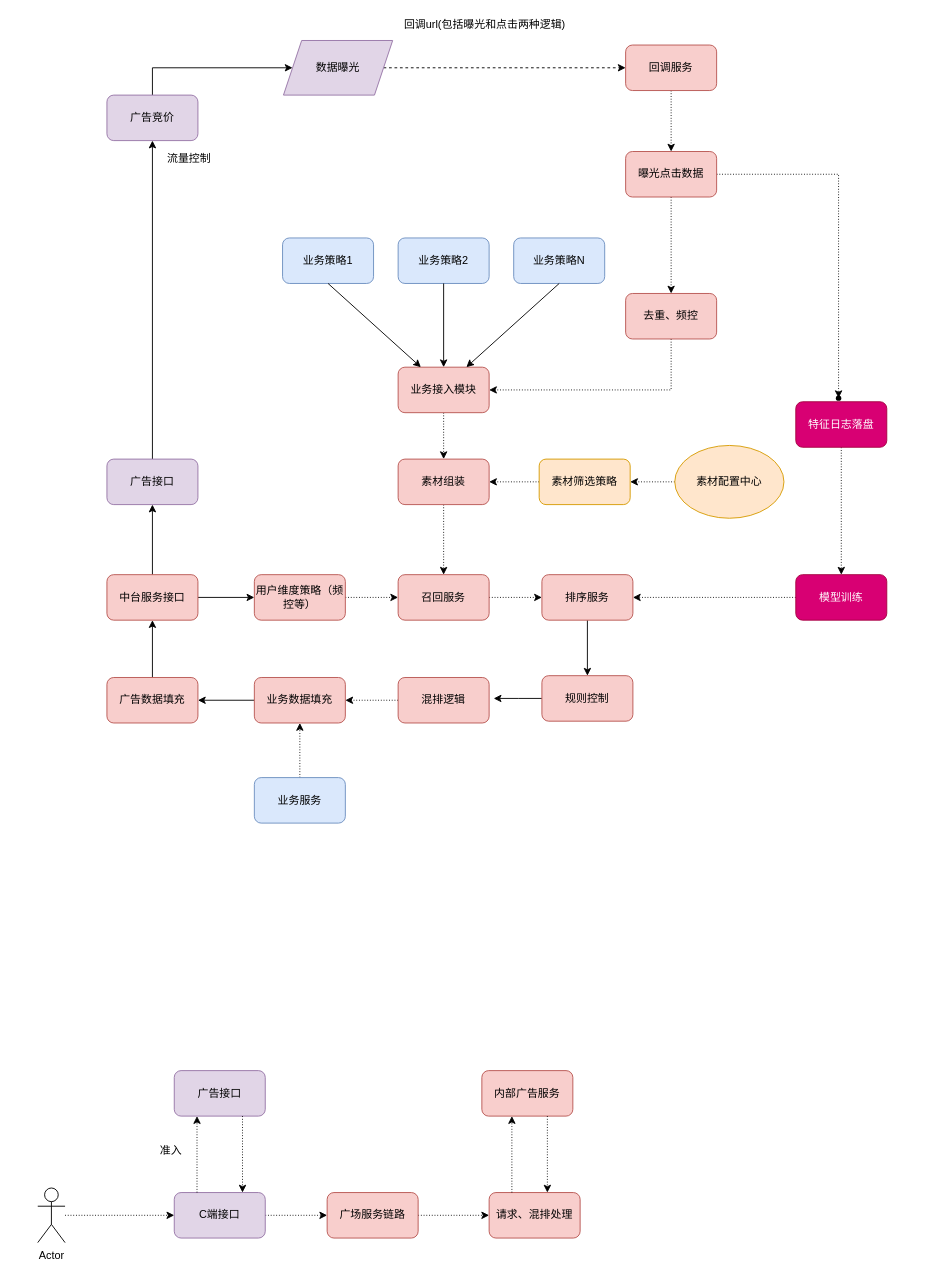
This is 推荐接广告.drawio from pjhope/dml, a draw.io file, before an edit. Source tidied: cells renumbered, new cells numbered last; positions are measured from the earlier drawing's top-left corner, leaving out a move shared by most shapes. Both pictures are drawn from the tidied source at 91%, with x=0, y=0 at pixel (37, 15).
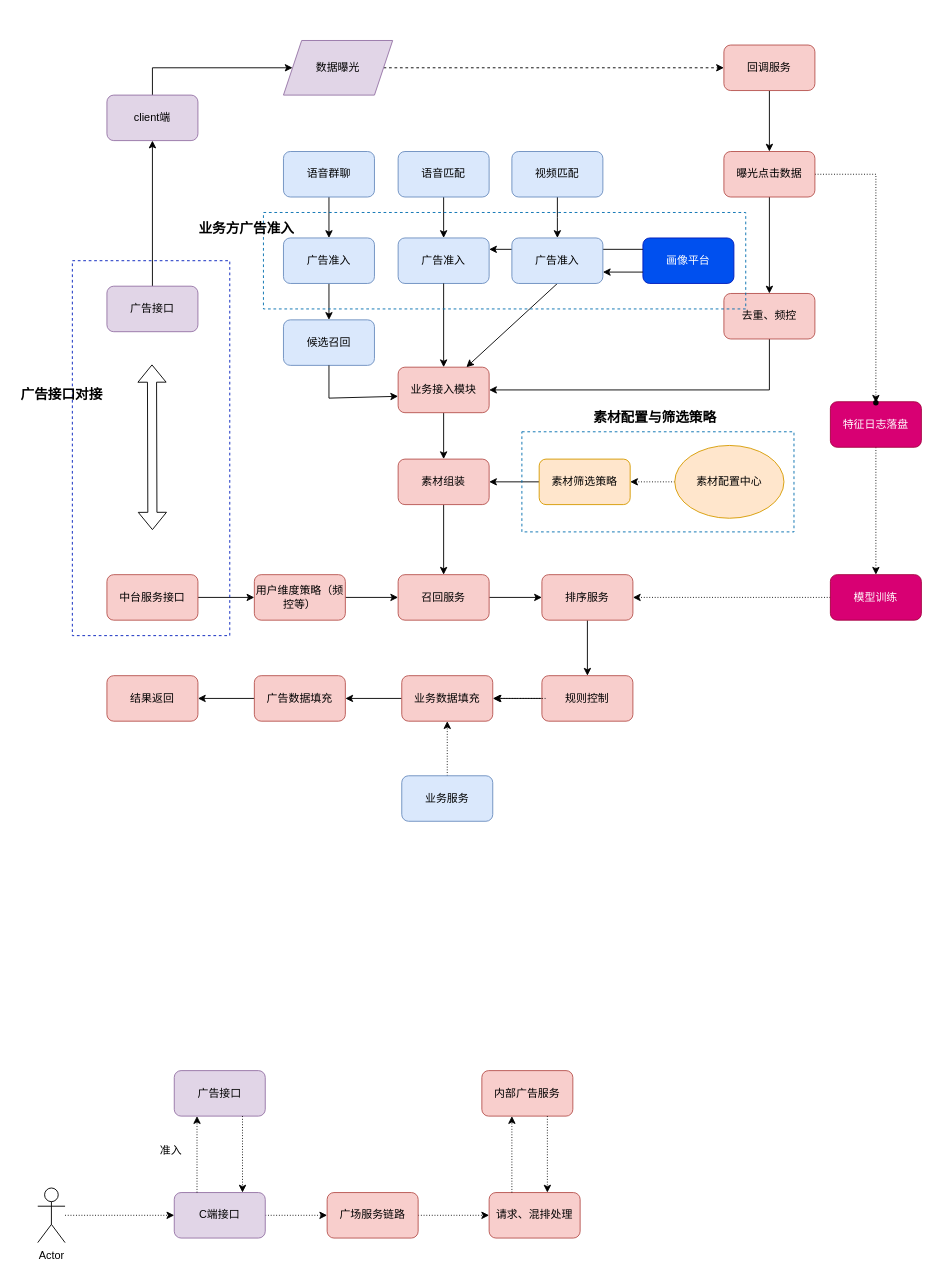
After the change.

Commit message:
Update 推荐接广告.drawio

The change refers to these unchanged cells:
```xml
<mxCell id="16" value="中台服务接口" style="rounded=1;whiteSpace=wrap;html=1;fillColor=#f8cecc;strokeColor=#b85450;" parent="1" vertex="1">
  <mxGeometry x="76" y="614" width="100" height="50" as="geometry" />
</mxCell>
<mxCell id="18" value="用户维度策略（频控等）" style="rounded=1;whiteSpace=wrap;html=1;fillColor=#f8cecc;strokeColor=#b85450;" parent="1" vertex="1">
  <mxGeometry x="238" y="614" width="100" height="50" as="geometry" />
</mxCell>
<mxCell id="20" value="业务接入模块" style="rounded=1;whiteSpace=wrap;html=1;fillColor=#f8cecc;strokeColor=#b85450;" parent="1" vertex="1">
  <mxGeometry x="396" y="386" width="100" height="50" as="geometry" />
</mxCell>
<mxCell id="22" value="排序服务" style="rounded=1;whiteSpace=wrap;html=1;fillColor=#f8cecc;strokeColor=#b85450;" parent="1" vertex="1">
  <mxGeometry x="554" y="614" width="100" height="50" as="geometry" />
</mxCell>
<mxCell id="39" value="素材筛选策略" style="rounded=1;whiteSpace=wrap;html=1;fillColor=#ffe6cc;strokeColor=#d79b00;" parent="1" vertex="1">
  <mxGeometry x="551" y="487" width="100" height="50" as="geometry" />
</mxCell>
<mxCell id="48" value="召回服务" style="rounded=1;whiteSpace=wrap;html=1;fillColor=#f8cecc;strokeColor=#b85450;" parent="1" vertex="1">
  <mxGeometry x="396" y="614" width="100" height="50" as="geometry" />
</mxCell>
<mxCell id="50" value="素材组装" style="rounded=1;whiteSpace=wrap;html=1;fillColor=#f8cecc;strokeColor=#b85450;" parent="1" vertex="1">
  <mxGeometry x="396" y="487" width="100" height="50" as="geometry" />
</mxCell>
```

Change to the diagram source:
```diff
@@
-    <mxCell id="3" value="广告竞价" style="rounded=1;whiteSpace=wrap;html=1;fillColor=#e1d5e7;strokeColor=#9673a6;" parent="1" vertex="1">
+    <mxCell id="3" value="client端" style="rounded=1;whiteSpace=wrap;html=1;fillColor=#e1d5e7;strokeColor=#9673a6;" parent="1" vertex="1">
       <mxGeometry x="76" y="87" width="100" height="50" as="geometry" />
     </mxCell>
@@
     <mxCell id="5" value="广告接口" style="rounded=1;whiteSpace=wrap;html=1;fillColor=#e1d5e7;strokeColor=#9673a6;" parent="1" vertex="1">
-      <mxGeometry x="76" y="487" width="100" height="50" as="geometry" />
+      <mxGeometry x="76" y="297" width="100" height="50" as="geometry" />
     </mxCell>
@@
-    <mxCell id="8" style="edgeStyle=orthogonalEdgeStyle;rounded=0;jettySize=auto;html=1;dashed=1;dashPattern=1 2;" parent="1" edge="1" source="9" target="37">
+    <mxCell id="8" style="edgeStyle=orthogonalEdgeStyle;rounded=0;jettySize=auto;html=1;" parent="1" edge="1" source="9" target="37">
       <mxGeometry relative="1" as="geometry" />
     </mxCell>
     <mxCell id="9" value="回调服务" style="rounded=1;whiteSpace=wrap;html=1;fillColor=#f8cecc;strokeColor=#b85450;" parent="1" vertex="1">
-      <mxGeometry x="646" y="32" width="100" height="50" as="geometry" />
+      <mxGeometry x="754" y="32" width="100" height="50" as="geometry" />
     </mxCell>
-    <mxCell id="10" style="edgeStyle=none;rounded=0;jettySize=auto;html=1;dashed=1;dashPattern=1 2;entryX=1;entryY=0.5;entryDx=0;entryDy=0;exitX=0.5;exitY=1;exitDx=0;exitDy=0;" parent="1" edge="1" source="11" target="20">
+    <mxCell id="10" style="edgeStyle=none;rounded=0;jettySize=auto;html=1;entryX=1;entryY=0.5;entryDx=0;entryDy=0;exitX=0.5;exitY=1;exitDx=0;exitDy=0;" parent="1" edge="1" source="11" target="20">
       <mxGeometry relative="1" as="geometry">
         <Array as="points">
-          <mxPoint x="696" y="411" />
+          <mxPoint x="804" y="411" />
         </Array>
       </mxGeometry>
     </mxCell>
     <mxCell id="11" value="去重、频控" style="rounded=1;whiteSpace=wrap;html=1;fillColor=#f8cecc;strokeColor=#b85450;" parent="1" vertex="1">
-      <mxGeometry x="646" y="305" width="100" height="50" as="geometry" />
+      <mxGeometry x="754" y="305" width="100" height="50" as="geometry" />
     </mxCell>
-    <mxCell id="12" value="回调url(包括曝光和点击两种逻辑)" style="text;html=1;align=center;verticalAlign=middle;fillColor=none;strokeColor=none;rounded=0;" parent="1" vertex="1">
-      <mxGeometry x="396" width="190" height="20" as="geometry" />
-    </mxCell>
-    <mxCell id="13" value="流量控制" style="text;html=1;align=center;verticalAlign=middle;fillColor=none;strokeColor=none;rounded=0;" parent="1" vertex="1">
-      <mxGeometry x="136" y="147" width="60" height="20" as="geometry" />
-    </mxCell>
@@
-    <mxCell id="15" style="edgeStyle=orthogonalEdgeStyle;rounded=0;jettySize=auto;html=1;" parent="1" edge="1" source="16" target="5">
-      <mxGeometry relative="1" as="geometry" />
-    </mxCell>
@@
-    <mxCell id="17" style="edgeStyle=none;rounded=0;jettySize=auto;html=1;dashed=1;dashPattern=1 2;" parent="1" edge="1" source="18" target="48">
+    <mxCell id="17" style="edgeStyle=none;rounded=0;jettySize=auto;html=1;" parent="1" edge="1" source="18" target="48">
       <mxGeometry relative="1" as="geometry" />
     </mxCell>
@@
-    <mxCell id="19" style="edgeStyle=none;rounded=0;jettySize=auto;html=1;dashed=1;dashPattern=1 2;" parent="1" edge="1" source="20" target="50">
+    <mxCell id="19" style="edgeStyle=none;rounded=0;jettySize=auto;html=1;" parent="1" edge="1" source="20" target="50">
       <mxGeometry relative="1" as="geometry" />
     </mxCell>
@@
+    <mxCell id="69" style="edgeStyle=orthogonalEdgeStyle;rounded=0;jettySize=auto;html=1;" parent="1" edge="1" source="23" target="83">
+      <mxGeometry relative="1" as="geometry" />
+    </mxCell>
-    <mxCell id="23" value="业务策略1" style="rounded=1;whiteSpace=wrap;html=1;fillColor=#dae8fc;strokeColor=#6c8ebf;" parent="1" vertex="1">
-      <mxGeometry x="269" y="244" width="100" height="50" as="geometry" />
+    <mxCell id="23" value="广告准入" style="rounded=1;whiteSpace=wrap;html=1;fillColor=#dae8fc;strokeColor=#6c8ebf;" parent="1" vertex="1">
+      <mxGeometry x="270" y="244" width="100" height="50" as="geometry" />
     </mxCell>
-    <mxCell id="24" value="业务策略2" style="rounded=1;whiteSpace=wrap;html=1;fillColor=#dae8fc;strokeColor=#6c8ebf;" parent="1" vertex="1">
+    <mxCell id="24" value="广告准入" style="rounded=1;whiteSpace=wrap;html=1;fillColor=#dae8fc;strokeColor=#6c8ebf;" parent="1" vertex="1">
       <mxGeometry x="396" y="244" width="100" height="50" as="geometry" />
     </mxCell>
-    <mxCell id="25" value="业务策略N" style="rounded=1;whiteSpace=wrap;html=1;fillColor=#dae8fc;strokeColor=#6c8ebf;" parent="1" vertex="1">
-      <mxGeometry x="523" y="244" width="100" height="50" as="geometry" />
-    </mxCell>
-    <mxCell id="26" style="endArrow=classic;html=1;rounded=0;entryX=0.25;entryY=0;entryDx=0;entryDy=0;exitX=0.5;exitY=1;exitDx=0;exitDy=0;" parent="1" edge="1" source="23" target="20">
-      <mxGeometry relative="1" as="geometry" />
-    </mxCell>
@@
-    <mxCell id="28" style="endArrow=classic;html=1;rounded=0;entryX=0.75;entryY=0;entryDx=0;entryDy=0;exitX=0.5;exitY=1;exitDx=0;exitDy=0;" parent="1" edge="1" source="25" target="20">
-      <mxGeometry relative="1" as="geometry" />
+    <mxCell id="28" style="endArrow=classic;html=1;rounded=0;entryX=0.75;entryY=0;entryDx=0;entryDy=0;exitX=0.5;exitY=1;exitDx=0;exitDy=0;" parent="1" edge="1" target="20">
+      <mxGeometry relative="1" as="geometry">
+        <mxPoint x="571" y="294" as="sourcePoint" />
+      </mxGeometry>
     </mxCell>
@@
     <mxCell id="30" value="业务数据填充" style="rounded=1;whiteSpace=wrap;html=1;fillColor=#f8cecc;strokeColor=#b85450;" parent="1" vertex="1">
-      <mxGeometry x="238" y="727" width="100" height="50" as="geometry" />
+      <mxGeometry x="400" y="725" width="100" height="50" as="geometry" />
     </mxCell>
-    <mxCell id="31" style="edgeStyle=orthogonalEdgeStyle;rounded=0;jettySize=auto;html=1;" parent="1" edge="1" source="32" target="16">
-      <mxGeometry relative="1" as="geometry" />
-    </mxCell>
+    <mxCell id="70" style="edgeStyle=orthogonalEdgeStyle;rounded=0;jettySize=auto;html=1;" parent="1" edge="1" source="32" target="72">
+      <mxGeometry relative="1" as="geometry" />
+    </mxCell>
     <mxCell id="32" value="广告数据填充" style="rounded=1;whiteSpace=wrap;html=1;fillColor=#f8cecc;strokeColor=#b85450;" parent="1" vertex="1">
-      <mxGeometry x="76" y="727" width="100" height="50" as="geometry" />
+      <mxGeometry x="238" y="725" width="100" height="50" as="geometry" />
     </mxCell>
@@
-    <mxCell id="35" style="edgeStyle=orthogonalEdgeStyle;rounded=0;jettySize=auto;html=1;dashed=1;dashPattern=1 2;" parent="1" edge="1" source="37" target="11">
+    <mxCell id="35" style="edgeStyle=orthogonalEdgeStyle;rounded=0;jettySize=auto;html=1;" parent="1" edge="1" source="37" target="11">
       <mxGeometry relative="1" as="geometry" />
     </mxCell>
     <mxCell id="36" style="edgeStyle=none;rounded=0;jettySize=auto;html=1;dashed=1;dashPattern=1 2;" parent="1" edge="1" source="37" target="46">
       <mxGeometry relative="1" as="geometry">
         <Array as="points">
-          <mxPoint x="880" y="174" />
+          <mxPoint x="921" y="174" />
         </Array>
       </mxGeometry>
     </mxCell>
     <mxCell id="37" value="曝光点击数据" style="rounded=1;whiteSpace=wrap;html=1;fillColor=#f8cecc;strokeColor=#b85450;" parent="1" vertex="1">
-      <mxGeometry x="646" y="149" width="100" height="50" as="geometry" />
+      <mxGeometry x="754" y="149" width="100" height="50" as="geometry" />
     </mxCell>
-    <mxCell id="38" style="edgeStyle=none;rounded=0;jettySize=auto;html=1;dashed=1;dashPattern=1 2;" parent="1" edge="1" source="39" target="50">
+    <mxCell id="38" style="edgeStyle=none;rounded=0;jettySize=auto;html=1;" parent="1" edge="1" source="39" target="50">
       <mxGeometry relative="1" as="geometry" />
     </mxCell>
@@
     <mxCell id="43" value="特征日志落盘" style="rounded=1;whiteSpace=wrap;html=1;fillColor=#d80073;fontColor=#ffffff;strokeColor=#A50040;" parent="1" vertex="1">
-      <mxGeometry x="833" y="424" width="100" height="50" as="geometry" />
+      <mxGeometry x="871" y="424" width="100" height="50" as="geometry" />
     </mxCell>
@@
     <mxCell id="45" value="模型训练" style="rounded=1;whiteSpace=wrap;html=1;fillColor=#d80073;fontColor=#ffffff;strokeColor=#A50040;" parent="1" vertex="1">
-      <mxGeometry x="833" y="614" width="100" height="50" as="geometry" />
+      <mxGeometry x="871" y="614" width="100" height="50" as="geometry" />
     </mxCell>
     <mxCell id="46" style="shape=waypoint;sketch=0;size=6;points=[];fillColor=default;perimeter=centerPerimeter;snapToPoint=1;rounded=1;" parent="1" vertex="1">
-      <mxGeometry x="860" y="400" width="40" height="40" as="geometry" />
+      <mxGeometry x="901" y="405" width="40" height="40" as="geometry" />
     </mxCell>
-    <mxCell id="47" style="edgeStyle=none;rounded=0;jettySize=auto;html=1;dashed=1;dashPattern=1 2;" parent="1" edge="1" source="48" target="22">
+    <mxCell id="47" style="edgeStyle=none;rounded=0;jettySize=auto;html=1;" parent="1" edge="1" source="48" target="22">
       <mxGeometry relative="1" as="geometry" />
     </mxCell>
@@
-    <mxCell id="49" style="edgeStyle=none;rounded=0;jettySize=auto;html=1;dashed=1;dashPattern=1 2;" parent="1" edge="1" source="50" target="48">
+    <mxCell id="49" style="edgeStyle=none;rounded=0;jettySize=auto;html=1;" parent="1" edge="1" source="50" target="48">
       <mxGeometry relative="1" as="geometry" />
     </mxCell>
@@
-    <mxCell id="51" style="edgeStyle=none;rounded=0;jettySize=auto;html=1;dashed=1;dashPattern=1 2;" parent="1" edge="1" source="52" target="30">
-      <mxGeometry relative="1" as="geometry" />
+    <mxCell id="51" style="edgeStyle=none;rounded=0;jettySize=auto;html=1;dashed=1;dashPattern=1 2;" parent="1" edge="1" target="30">
+      <mxGeometry relative="1" as="geometry">
+        <mxPoint x="558" y="750" as="sourcePoint" />
+      </mxGeometry>
     </mxCell>
-    <mxCell id="52" value="混排逻辑" style="rounded=1;whiteSpace=wrap;html=1;fillColor=#f8cecc;strokeColor=#b85450;" parent="1" vertex="1">
-      <mxGeometry x="396" y="727" width="100" height="50" as="geometry" />
-    </mxCell>
@@
     <mxCell id="54" value="业务服务" style="rounded=1;whiteSpace=wrap;html=1;fillColor=#dae8fc;strokeColor=#6c8ebf;" parent="1" vertex="1">
-      <mxGeometry x="238" y="837" width="100" height="50" as="geometry" />
+      <mxGeometry x="400" y="835" width="100" height="50" as="geometry" />
     </mxCell>
@@
+    <mxCell id="71" style="shape=flexArrow;endArrow=classic;startArrow=classic;html=1;rounded=0;" parent="1" edge="1">
+      <mxGeometry relative="1" as="geometry">
+        <mxPoint x="126" y="565" as="sourcePoint" />
+        <mxPoint x="125.5" y="383" as="targetPoint" />
+      </mxGeometry>
+    </mxCell>
+    <mxCell id="72" value="结果返回" style="rounded=1;whiteSpace=wrap;html=1;fillColor=#f8cecc;strokeColor=#b85450;" parent="1" vertex="1">
+      <mxGeometry x="76" y="725" width="100" height="50" as="geometry" />
+    </mxCell>
+    <mxCell id="73" style="edgeStyle=orthogonalEdgeStyle;rounded=0;jettySize=auto;html=1;" parent="1" edge="1" source="74" target="23">
+      <mxGeometry relative="1" as="geometry" />
+    </mxCell>
+    <mxCell id="74" value="语音群聊" style="rounded=1;whiteSpace=wrap;html=1;fillColor=#dae8fc;strokeColor=#6c8ebf;" parent="1" vertex="1">
+      <mxGeometry x="270" y="149" width="100" height="50" as="geometry" />
+    </mxCell>
+    <mxCell id="75" style="edgeStyle=orthogonalEdgeStyle;rounded=0;jettySize=auto;html=1;" parent="1" edge="1" source="76" target="24">
+      <mxGeometry relative="1" as="geometry" />
+    </mxCell>
+    <mxCell id="76" value="语音匹配" style="rounded=1;whiteSpace=wrap;html=1;fillColor=#dae8fc;strokeColor=#6c8ebf;" parent="1" vertex="1">
+      <mxGeometry x="396" y="149" width="100" height="50" as="geometry" />
+    </mxCell>
+    <mxCell id="77" style="edgeStyle=orthogonalEdgeStyle;rounded=0;jettySize=auto;html=1;" parent="1" edge="1" source="78">
+      <mxGeometry relative="1" as="geometry">
+        <mxPoint x="571" y="244" as="targetPoint" />
+      </mxGeometry>
+    </mxCell>
+    <mxCell id="78" value="视频匹配" style="rounded=1;whiteSpace=wrap;html=1;fillColor=#dae8fc;strokeColor=#6c8ebf;" parent="1" vertex="1">
+      <mxGeometry x="521" y="149" width="100" height="50" as="geometry" />
+    </mxCell>
+    <mxCell id="79" value="画像平台" style="rounded=1;whiteSpace=wrap;html=1;fillColor=#0050ef;strokeColor=#001DBC;fontColor=#ffffff;" parent="1" vertex="1">
+      <mxGeometry x="665" y="244" width="100" height="50" as="geometry" />
+    </mxCell>
+    <mxCell id="80" style="endArrow=classic;html=1;rounded=0;exitX=0;exitY=0.25;exitDx=0;exitDy=0;entryX=1;entryY=0.25;entryDx=0;entryDy=0;" parent="1" edge="1" source="79" target="24">
+      <mxGeometry relative="1" as="geometry" />
+    </mxCell>
+    <mxCell id="81" value="广告准入" style="rounded=1;whiteSpace=wrap;html=1;fillColor=#dae8fc;strokeColor=#6c8ebf;" parent="1" vertex="1">
+      <mxGeometry x="521" y="244" width="100" height="50" as="geometry" />
+    </mxCell>
+    <mxCell id="82" style="endArrow=classic;html=1;rounded=0;entryX=1;entryY=0.75;entryDx=0;entryDy=0;exitX=0;exitY=0.75;exitDx=0;exitDy=0;" parent="1" edge="1" source="79" target="81">
+      <mxGeometry relative="1" as="geometry" />
+    </mxCell>
+    <mxCell id="83" value="候选召回" style="rounded=1;whiteSpace=wrap;html=1;fillColor=#dae8fc;strokeColor=#6c8ebf;" parent="1" vertex="1">
+      <mxGeometry x="270" y="334" width="100" height="50" as="geometry" />
+    </mxCell>
+    <mxCell id="84" style="endArrow=classic;html=1;rounded=0;entryX=0;entryY=0.64;entryDx=0;entryDy=0;exitX=0.5;exitY=1;exitDx=0;exitDy=0;entryPerimeter=0;" parent="1" edge="1" source="83" target="20">
+      <mxGeometry relative="1" as="geometry">
+        <Array as="points">
+          <mxPoint x="320" y="420" />
+        </Array>
+      </mxGeometry>
+    </mxCell>
+    <mxCell id="85" style="rounded=0;whiteSpace=wrap;html=1;dashed=1;fillColor=none;fontColor=#ffffff;strokeColor=#001DBC;" parent="1" vertex="1">
+      <mxGeometry x="38" y="269" width="173" height="412" as="geometry" />
+    </mxCell>
+    <mxCell id="86" style="rounded=0;whiteSpace=wrap;html=1;dashed=1;fillColor=none;fontColor=#ffffff;strokeColor=#006EAF;" parent="1" vertex="1">
+      <mxGeometry x="248" y="216" width="530" height="106" as="geometry" />
+    </mxCell>
+    <mxCell id="87" style="rounded=0;whiteSpace=wrap;html=1;dashed=1;fillColor=none;fontColor=#ffffff;strokeColor=#006EAF;" parent="1" vertex="1">
+      <mxGeometry x="532" y="457" width="299" height="110" as="geometry" />
+    </mxCell>
+    <mxCell id="88" value="&lt;b&gt;业务方广告准入&lt;/b&gt;" style="text;html=1;align=center;verticalAlign=middle;fillColor=none;strokeColor=none;rounded=0;dashed=1;fontSize=15;" parent="1" vertex="1">
+      <mxGeometry x="171" y="222" width="115" height="22" as="geometry" />
+    </mxCell>
+    <mxCell id="89" value="&lt;b&gt;素材配置与筛选策略&lt;/b&gt;" style="text;html=1;align=center;verticalAlign=middle;fillColor=none;strokeColor=none;rounded=0;dashed=1;fontSize=15;" parent="1" vertex="1">
+      <mxGeometry x="605" y="430" width="145" height="22" as="geometry" />
+    </mxCell>
+    <mxCell id="90" value="&lt;b&gt;广告接口对接&lt;/b&gt;" style="text;html=1;align=center;verticalAlign=middle;fillColor=none;strokeColor=none;rounded=0;dashed=1;fontSize=15;" parent="1" vertex="1">
+      <mxGeometry x="-24" y="405" width="100" height="22" as="geometry" />
+    </mxCell>
```
